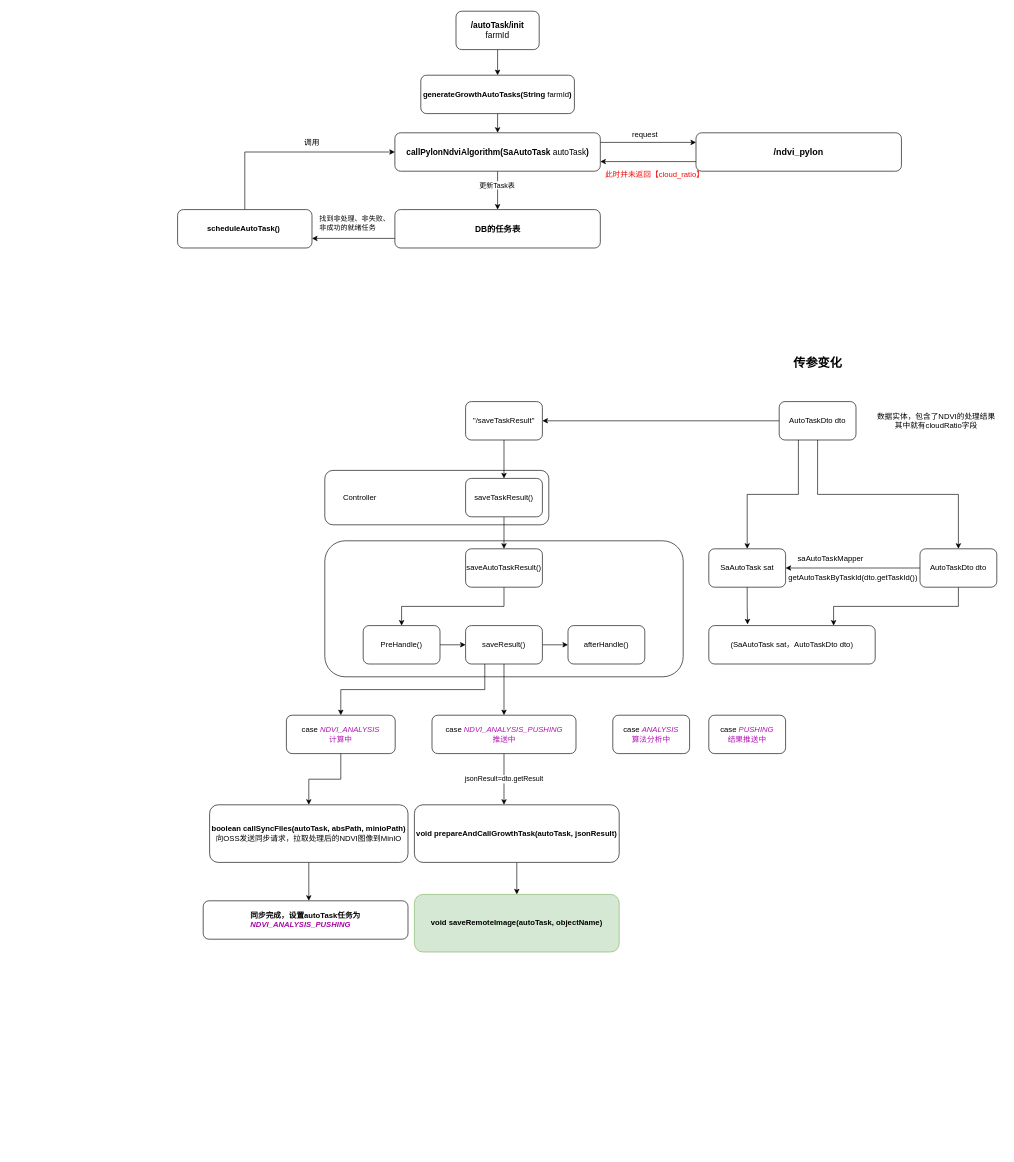
This is page "第 1 页" (1 of 2) of SA架构.drawio from RK-JD/DrawIO, a draw.io file, before an edit. Source tidied: cells renumbered, new cells numbered last; positions are measured from the earlier drawing's top-left corner, leaving out a move shared by most shapes. Both pictures are drawn from the tidied source at 64%, with x=0, y=0 at pixel (177, 11).
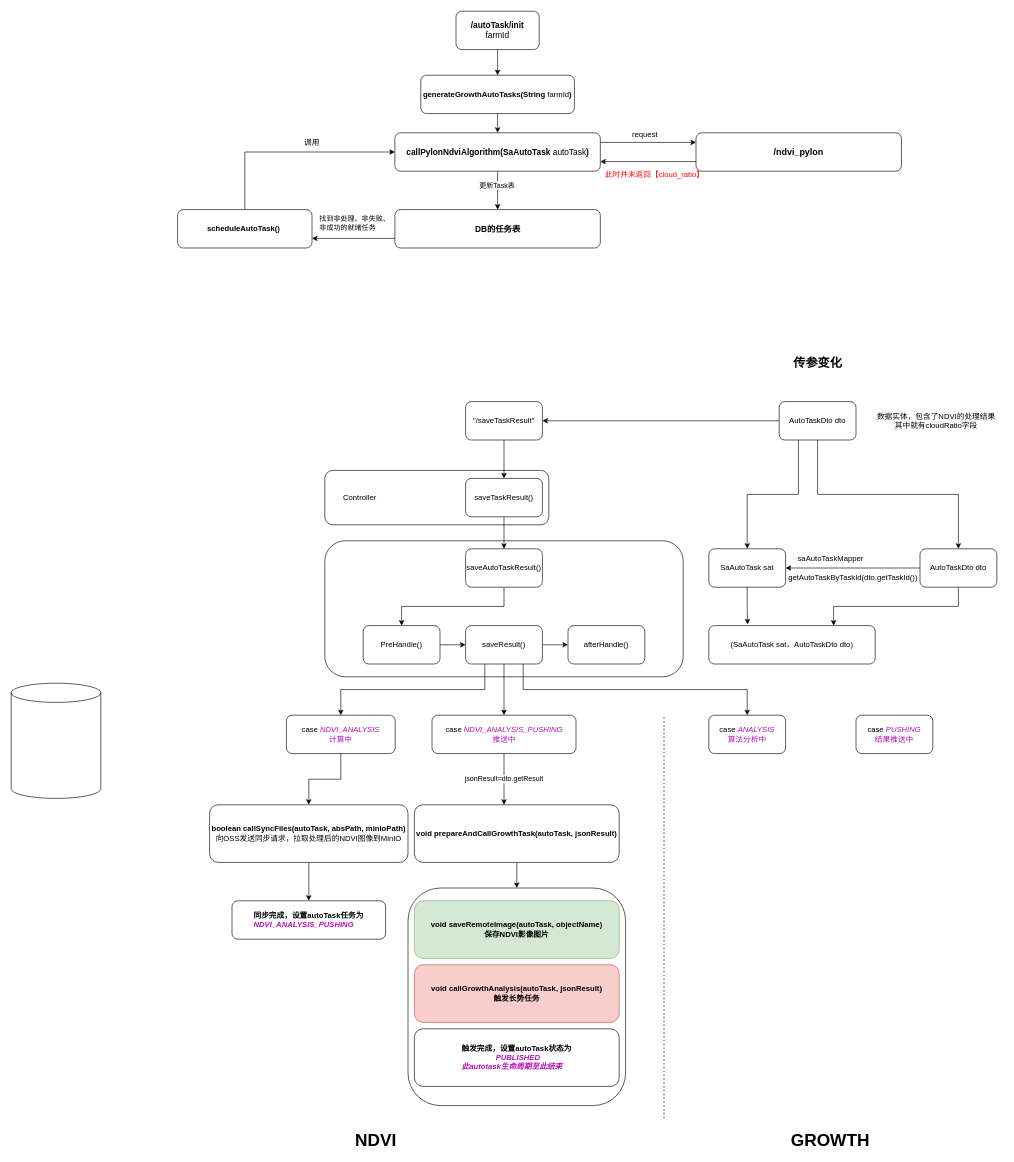
The same page after the edit.

Unchanged cells that the change refers to:
```xml
<mxCell id="34" value="&lt;div style=&quot;text-align: left;&quot;&gt;&lt;span style=&quot;background-color: initial;&quot;&gt;saveResult()&lt;/span&gt;&lt;/div&gt;" style="rounded=1;whiteSpace=wrap;html=1;" parent="1" vertex="1">
  <mxGeometry x="450" y="960" width="120" height="60" as="geometry" />
</mxCell>
<mxCell id="47" value="&lt;div style=&quot;text-align: center;&quot;&gt;&lt;span style=&quot;text-align: left;&quot;&gt;&lt;b&gt;void prepareAndCallGrowthTask(autoTask, jsonResult)&lt;/b&gt;&lt;/span&gt;&lt;/div&gt;" style="rounded=1;whiteSpace=wrap;html=1;" parent="1" vertex="1">
  <mxGeometry x="370" y="1240" width="320" height="90" as="geometry" />
</mxCell>
```

The edit, as a diff of the source:
```diff
@@
+    <mxCell id="63" style="rounded=1;whiteSpace=wrap;html=1;" parent="1" vertex="1">
+      <mxGeometry x="360" y="1370" width="340" height="340" as="geometry" />
+    </mxCell>
@@
+    <mxCell id="64" style="edgeStyle=orthogonalEdgeStyle;rounded=0;jettySize=auto;html=1;exitX=0.75;exitY=1;exitDx=0;exitDy=0;entryX=0.5;entryY=0;entryDx=0;entryDy=0;" parent="1" edge="1" source="34" target="41">
+      <mxGeometry relative="1" as="geometry" />
+    </mxCell>
@@
     <mxCell id="41" value="&lt;div style=&quot;text-align: center;&quot;&gt;&lt;span style=&quot;background-color: initial; text-align: left;&quot;&gt;case&amp;nbsp;&lt;/span&gt;&lt;span style=&quot;background-color: initial;&quot;&gt;&lt;font color=&quot;#b212b5&quot;&gt;&lt;i&gt;ANALYSIS&lt;/i&gt;&lt;/font&gt;&lt;/span&gt;&lt;/div&gt;&lt;div style=&quot;text-align: center;&quot;&gt;&lt;span style=&quot;background-color: initial;&quot;&gt;&lt;font color=&quot;#b212b5&quot;&gt;算法分析中&lt;/font&gt;&lt;/span&gt;&lt;/div&gt;" style="rounded=1;whiteSpace=wrap;html=1;" parent="1" vertex="1">
-      <mxGeometry x="680" y="1100" width="120" height="60" as="geometry" />
+      <mxGeometry x="830" y="1100" width="120" height="60" as="geometry" />
     </mxCell>
     <mxCell id="42" value="&lt;div style=&quot;text-align: center;&quot;&gt;&lt;span style=&quot;background-color: initial; text-align: left;&quot;&gt;case&amp;nbsp;&lt;/span&gt;&lt;span style=&quot;background-color: initial;&quot;&gt;&lt;font color=&quot;#b212b5&quot;&gt;&lt;i&gt;PUSHING&lt;/i&gt;&lt;/font&gt;&lt;/span&gt;&lt;/div&gt;&lt;div style=&quot;text-align: center;&quot;&gt;&lt;span style=&quot;background-color: initial;&quot;&gt;&lt;font color=&quot;#b212b5&quot;&gt;结果推送中&lt;/font&gt;&lt;/span&gt;&lt;/div&gt;" style="rounded=1;whiteSpace=wrap;html=1;" parent="1" vertex="1">
-      <mxGeometry x="830" y="1100" width="120" height="60" as="geometry" />
+      <mxGeometry x="1060" y="1100" width="120" height="60" as="geometry" />
     </mxCell>
@@
-    <mxCell id="45" value="&lt;div style=&quot;text-align: left;&quot;&gt;&lt;b&gt;同步完成，设置autoTask任务为&lt;/b&gt;&lt;/div&gt;&lt;div style=&quot;text-align: left;&quot;&gt;&lt;b&gt;&lt;i&gt;&lt;font color=&quot;#a407a6&quot;&gt;NDVI_ANALYSIS_PUSHING&lt;/font&gt;&lt;/i&gt;&lt;/b&gt;&lt;/div&gt;" style="rounded=1;whiteSpace=wrap;html=1;" parent="1" vertex="1">
-      <mxGeometry x="40" y="1390" width="320" height="60" as="geometry" />
+    <mxCell id="45" value="&lt;div style=&quot;text-align: left;&quot;&gt;&lt;b&gt;同步完成，设置autoTask任务为&lt;/b&gt;&lt;/div&gt;&lt;div style=&quot;text-align: left;&quot;&gt;&lt;b&gt;&lt;i&gt;&lt;font color=&quot;#b212b5&quot;&gt;NDVI_ANALYSIS_PUSHING&lt;/font&gt;&lt;/i&gt;&lt;/b&gt;&lt;/div&gt;" style="rounded=1;whiteSpace=wrap;html=1;" parent="1" vertex="1">
+      <mxGeometry x="85" y="1390" width="240" height="60" as="geometry" />
     </mxCell>
-    <mxCell id="46" style="edgeStyle=orthogonalEdgeStyle;rounded=0;jettySize=auto;html=1;exitX=0.5;exitY=1;exitDx=0;exitDy=0;entryX=0.5;entryY=0;entryDx=0;entryDy=0;" parent="1" edge="1" source="47" target="61">
-      <mxGeometry relative="1" as="geometry" />
-    </mxCell>
+    <mxCell id="65" style="edgeStyle=orthogonalEdgeStyle;rounded=0;jettySize=auto;html=1;exitX=0.5;exitY=1;exitDx=0;exitDy=0;entryX=0.5;entryY=0;entryDx=0;entryDy=0;" parent="1" edge="1" source="47" target="63">
+      <mxGeometry relative="1" as="geometry" />
+    </mxCell>
@@
-    <mxCell id="61" value="&lt;div style=&quot;text-align: center;&quot;&gt;&lt;span style=&quot;text-align: left;&quot;&gt;&lt;b&gt;void saveRemoteImage(autoTask, objectName)&lt;/b&gt;&lt;/span&gt;&lt;/div&gt;" style="rounded=1;whiteSpace=wrap;html=1;fillColor=#d5e8d4;strokeColor=#82b366;" parent="1" vertex="1">
-      <mxGeometry x="370" y="1380" width="320" height="90" as="geometry" />
+    <mxCell id="61" value="&lt;div style=&quot;text-align: center;&quot;&gt;&lt;span style=&quot;text-align: left;&quot;&gt;&lt;b&gt;void saveRemoteImage(autoTask, objectName)&lt;/b&gt;&lt;/span&gt;&lt;/div&gt;&lt;div style=&quot;text-align: center;&quot;&gt;&lt;span style=&quot;text-align: left;&quot;&gt;&lt;b&gt;保存NDVI影像图片&lt;/b&gt;&lt;/span&gt;&lt;/div&gt;" style="rounded=1;whiteSpace=wrap;html=1;fillColor=#d5e8d4;strokeColor=#82b366;" parent="1" vertex="1">
+      <mxGeometry x="370" y="1390" width="320" height="90" as="geometry" />
     </mxCell>
@@
+    <mxCell id="66" value="&lt;div style=&quot;text-align: center;&quot;&gt;&lt;span style=&quot;text-align: left;&quot;&gt;&lt;b&gt;void callGrowthAnalysis(autoTask, jsonResult)&lt;/b&gt;&lt;/span&gt;&lt;/div&gt;&lt;div style=&quot;text-align: center;&quot;&gt;&lt;span style=&quot;text-align: left;&quot;&gt;&lt;b&gt;触发长势任务&lt;/b&gt;&lt;/span&gt;&lt;/div&gt;" style="rounded=1;whiteSpace=wrap;html=1;fillColor=#f8cecc;strokeColor=#b85450;" parent="1" vertex="1">
+      <mxGeometry x="370" y="1490" width="320" height="90" as="geometry" />
+    </mxCell>
+    <mxCell id="67" value="&lt;div style=&quot;text-align: left;&quot;&gt;&lt;b&gt;触发完成，设置autoTask状态为&lt;/b&gt;&lt;/div&gt;&lt;div style=&quot;text-align: left;&quot;&gt;&lt;b&gt;&lt;span style=&quot;white-space: pre;&quot;&gt;&#9;&lt;/span&gt;&lt;font color=&quot;#b212b5&quot;&gt;&lt;span style=&quot;white-space: pre;&quot;&gt;&#9;&lt;/span&gt;&lt;i&gt;PUBLISHED&lt;/i&gt;&lt;/font&gt;&lt;/b&gt;&lt;/div&gt;&lt;div style=&quot;text-align: left;&quot;&gt;&lt;b&gt;&lt;i&gt;&lt;font color=&quot;#b212b5&quot;&gt;此autotask生命周期至此结束&lt;/font&gt;&lt;/i&gt;&lt;/b&gt;&lt;/div&gt;" style="rounded=1;whiteSpace=wrap;html=1;" parent="1" vertex="1">
+      <mxGeometry x="370" y="1590" width="320" height="90" as="geometry" />
+    </mxCell>
+    <mxCell id="68" style="endArrow=none;dashed=1;html=1;rounded=0;" parent="1" edge="1">
+      <mxGeometry relative="1" as="geometry">
+        <mxPoint x="760" y="1730" as="sourcePoint" />
+        <mxPoint x="760" y="1100" as="targetPoint" />
+      </mxGeometry>
+    </mxCell>
+    <mxCell id="69" value="NDVI" style="text;html=1;align=center;verticalAlign=middle;whiteSpace=wrap;rounded=0;fontSize=27;fontStyle=1;" parent="1" vertex="1">
+      <mxGeometry x="279.5" y="1750" width="60" height="30" as="geometry" />
+    </mxCell>
+    <mxCell id="70" value="GROWTH" style="text;html=1;align=center;verticalAlign=middle;whiteSpace=wrap;rounded=0;fontSize=27;fontStyle=1;" parent="1" vertex="1">
+      <mxGeometry x="990" y="1750" width="60" height="30" as="geometry" />
+    </mxCell>
+    <mxCell id="71" style="shape=cylinder3;whiteSpace=wrap;html=1;boundedLbl=1;backgroundOutline=1;size=15;" parent="1" vertex="1">
+      <mxGeometry x="-260" y="1050" width="140" height="180" as="geometry" />
+    </mxCell>
```
